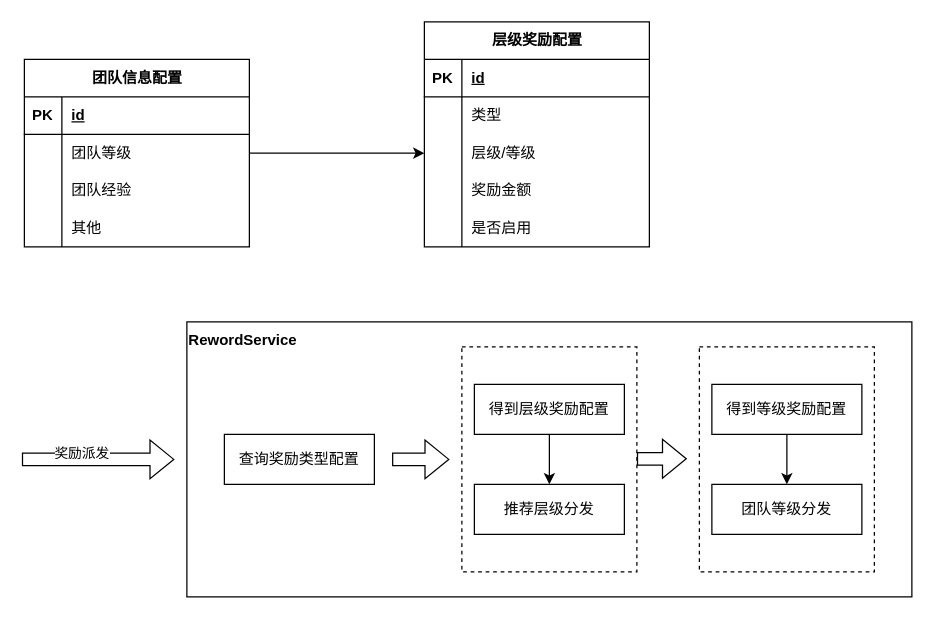
Above: design/奖励模块优化.drawio in cqxx1990/game-box (draw.io), before the change. Source tidied: cells renumbered, new cells numbered last; positions are measured from the earlier drawing's top-left corner, leaving out a move shared by most shapes. Both pictures are drawn from the tidied source at 125%, with x=0, y=0 at pixel (21, 21).
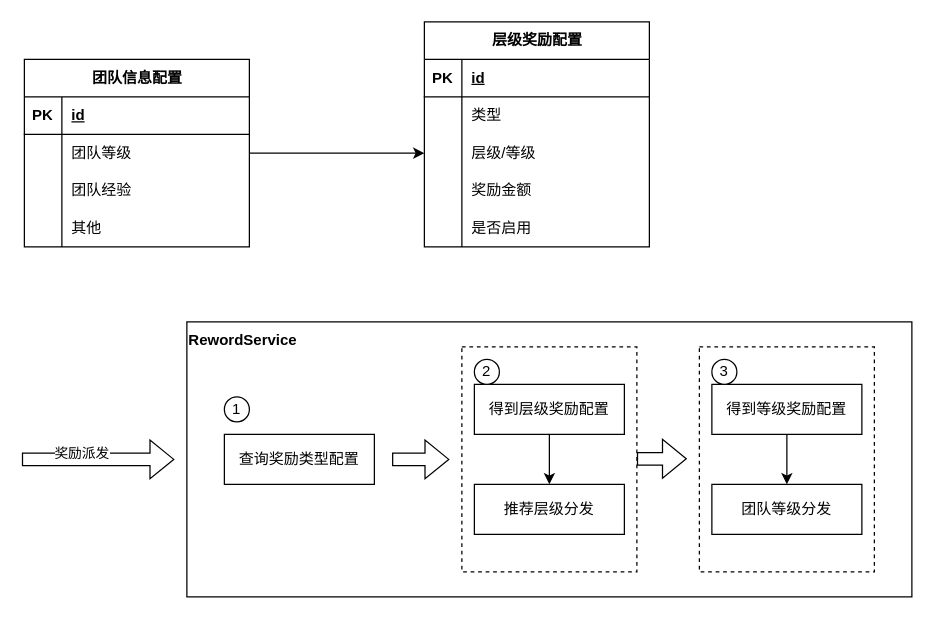
The same diagram, later.

Commit message (it also covers changes not shown here):
更新奖励模块优化.drawio

Diff of the diagram source:
```diff
@@
+    <mxCell id="47" value="1" style="ellipse;whiteSpace=wrap;html=1;" parent="1" vertex="1">
+      <mxGeometry x="162" y="300" width="20" height="20" as="geometry" />
+    </mxCell>
+    <mxCell id="48" value="2" style="ellipse;whiteSpace=wrap;html=1;" parent="1" vertex="1">
+      <mxGeometry x="362" y="270" width="20" height="20" as="geometry" />
+    </mxCell>
+    <mxCell id="49" value="3" style="ellipse;whiteSpace=wrap;html=1;" parent="1" vertex="1">
+      <mxGeometry x="552" y="270" width="20" height="20" as="geometry" />
+    </mxCell>
```
